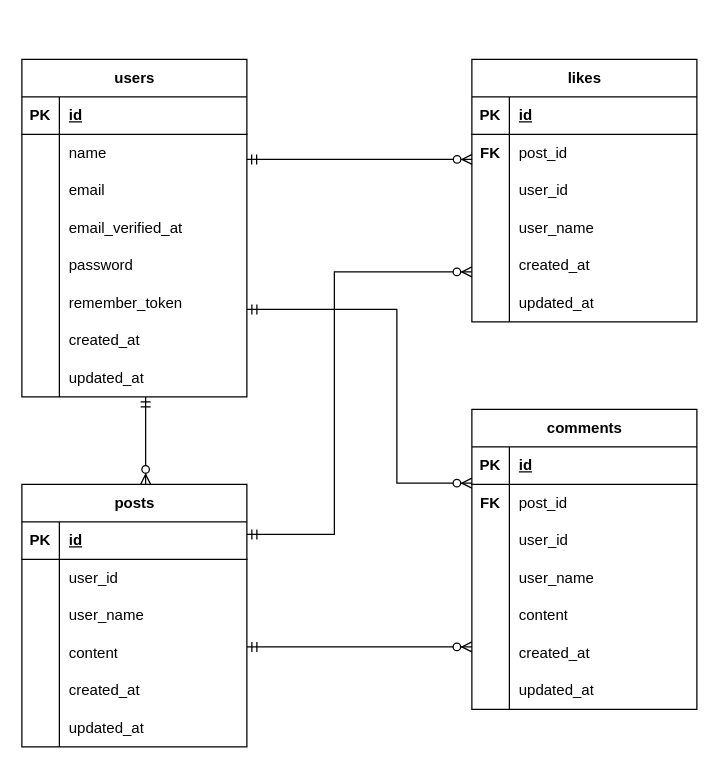
The draw.io diagram src/SHARE-erd.drawio in ichiki925/SHARE-app, before the edit. Source tidied: cells renumbered, new cells numbered last; positions are measured from the earlier drawing's top-left corner, leaving out a move shared by most shapes. Both pictures are drawn from the tidied source at 125%, with x=0, y=0 at pixel (21, 59).
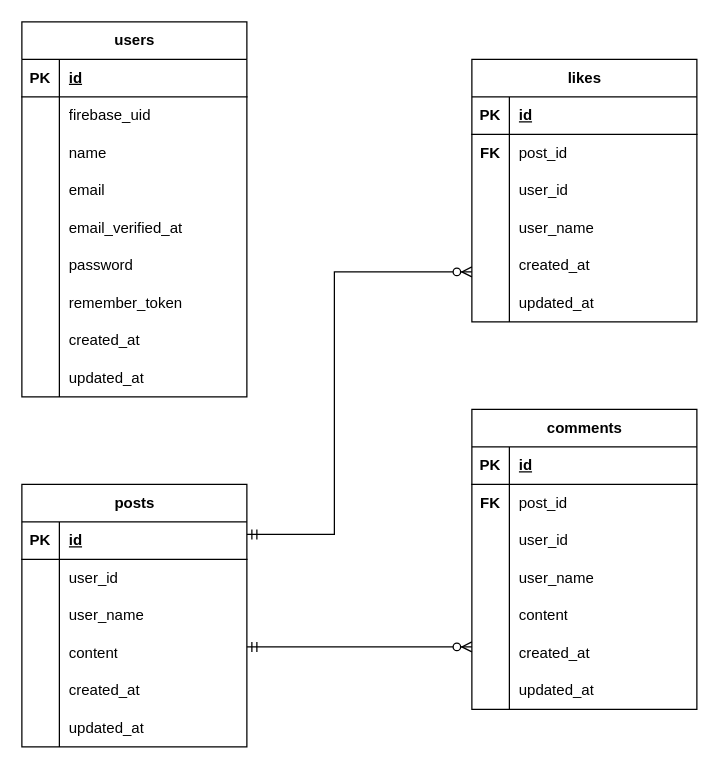
The same diagram, later.

The change refers to these unchanged cells:
```xml
<mxCell id="6" style="shape=tableRow;horizontal=0;startSize=0;swimlaneHead=0;swimlaneBody=0;fillColor=none;points=[[0,0.5],[1,0.5]];portConstraint=eastwest;top=0;left=0;right=0;bottom=0;rounded=0;" parent="2" vertex="1">
  <mxGeometry y="60" width="180" height="30" as="geometry" />
</mxCell>
<mxCell id="9" style="shape=tableRow;horizontal=0;startSize=0;swimlaneHead=0;swimlaneBody=0;fillColor=none;top=0;left=0;right=0;bottom=0;rounded=0;" parent="2" vertex="1">
  <mxGeometry y="90" width="180" height="30" as="geometry" />
</mxCell>
<mxCell id="12" style="shape=tableRow;horizontal=0;startSize=0;swimlaneHead=0;swimlaneBody=0;fillColor=none;top=0;left=0;right=0;bottom=0;rounded=0;" parent="2" vertex="1">
  <mxGeometry y="120" width="180" height="30" as="geometry" />
</mxCell>
<mxCell id="15" style="shape=tableRow;horizontal=0;startSize=0;swimlaneHead=0;swimlaneBody=0;fillColor=none;top=0;left=0;right=0;bottom=0;rounded=0;" parent="2" vertex="1">
  <mxGeometry y="150" width="180" height="30" as="geometry" />
</mxCell>
<mxCell id="18" style="shape=tableRow;horizontal=0;startSize=0;swimlaneHead=0;swimlaneBody=0;fillColor=none;top=0;left=0;right=0;bottom=0;rounded=0;" parent="2" vertex="1">
  <mxGeometry y="180" width="180" height="30" as="geometry" />
</mxCell>
<mxCell id="21" style="shape=tableRow;horizontal=0;startSize=0;swimlaneHead=0;swimlaneBody=0;fillColor=none;top=0;left=0;right=0;bottom=0;rounded=0;" parent="2" vertex="1">
  <mxGeometry y="210" width="180" height="30" as="geometry" />
</mxCell>
<mxCell id="24" style="shape=tableRow;horizontal=0;startSize=0;swimlaneHead=0;swimlaneBody=0;fillColor=none;top=0;left=0;right=0;bottom=0;rounded=0;" parent="2" vertex="1">
  <mxGeometry y="240" width="180" height="30" as="geometry" />
</mxCell>
<mxCell id="50" style="shape=tableRow;horizontal=0;startSize=0;swimlaneHead=0;swimlaneBody=0;fillColor=none;points=[[0,0.5],[1,0.5]];portConstraint=eastwest;top=0;left=0;right=0;bottom=0;" parent="46" vertex="1">
  <mxGeometry y="60" width="180" height="30" as="geometry" />
</mxCell>
```

Change to the diagram source:
```diff
@@
     <mxCell id="2" value="users" style="shape=table;startSize=30;childLayout=tableLayout;rowLines=0;fontStyle=1;align=center;html=1;rounded=0;" parent="1" vertex="1">
-      <mxGeometry width="180" height="270" as="geometry" />
+      <mxGeometry y="-30" width="180" height="300" as="geometry" />
     </mxCell>
@@
-    <mxCell id="8" value="name" style="shape=partialRectangle;fillColor=none;top=0;left=0;bottom=0;right=0;align=left;spacingLeft=6;overflow=hidden;whiteSpace=wrap;html=1;rounded=0;" parent="6" vertex="1">
+    <mxCell id="8" value="&lt;span style=&quot;color: rgb(0, 0, 0);&quot;&gt;firebase_uid&lt;/span&gt;" style="shape=partialRectangle;fillColor=none;top=0;left=0;bottom=0;right=0;align=left;spacingLeft=6;overflow=hidden;whiteSpace=wrap;html=1;rounded=0;" parent="6" vertex="1">
       <mxGeometry x="30" width="150" height="30" as="geometry" />
     </mxCell>
@@
-    <mxCell id="11" value="email" style="shape=partialRectangle;fillColor=none;top=0;left=0;bottom=0;right=0;align=left;spacingLeft=6;overflow=hidden;whiteSpace=wrap;html=1;rounded=0;" parent="9" vertex="1">
+    <mxCell id="11" value="name" style="shape=partialRectangle;fillColor=none;top=0;left=0;bottom=0;right=0;align=left;spacingLeft=6;overflow=hidden;whiteSpace=wrap;html=1;rounded=0;" parent="9" vertex="1">
       <mxGeometry x="30" width="150" height="30" as="geometry" />
     </mxCell>
@@
-    <mxCell id="14" value="email_verified_at" style="shape=partialRectangle;fillColor=none;top=0;left=0;bottom=0;right=0;align=left;spacingLeft=6;overflow=hidden;whiteSpace=wrap;html=1;rounded=0;" parent="12" vertex="1">
+    <mxCell id="14" value="&lt;span style=&quot;color: rgb(0, 0, 0);&quot;&gt;email&lt;/span&gt;" style="shape=partialRectangle;fillColor=none;top=0;left=0;bottom=0;right=0;align=left;spacingLeft=6;overflow=hidden;whiteSpace=wrap;html=1;rounded=0;" parent="12" vertex="1">
       <mxGeometry x="30" width="150" height="30" as="geometry" />
     </mxCell>
@@
-    <mxCell id="17" value="password" style="shape=partialRectangle;fillColor=none;top=0;left=0;bottom=0;right=0;align=left;spacingLeft=6;overflow=hidden;whiteSpace=wrap;html=1;rounded=0;" parent="15" vertex="1">
+    <mxCell id="17" value="&lt;span style=&quot;color: rgb(0, 0, 0);&quot;&gt;email_verified_at&lt;/span&gt;" style="shape=partialRectangle;fillColor=none;top=0;left=0;bottom=0;right=0;align=left;spacingLeft=6;overflow=hidden;whiteSpace=wrap;html=1;rounded=0;" parent="15" vertex="1">
       <mxGeometry x="30" width="150" height="30" as="geometry" />
     </mxCell>
@@
-    <mxCell id="20" value="remember_token" style="shape=partialRectangle;fillColor=none;top=0;left=0;bottom=0;right=0;align=left;spacingLeft=6;overflow=hidden;whiteSpace=wrap;html=1;rounded=0;" parent="18" vertex="1">
+    <mxCell id="20" value="&lt;span style=&quot;color: rgb(0, 0, 0);&quot;&gt;password&lt;/span&gt;" style="shape=partialRectangle;fillColor=none;top=0;left=0;bottom=0;right=0;align=left;spacingLeft=6;overflow=hidden;whiteSpace=wrap;html=1;rounded=0;" parent="18" vertex="1">
       <mxGeometry x="30" width="150" height="30" as="geometry" />
     </mxCell>
@@
-    <mxCell id="23" value="created_at" style="shape=partialRectangle;fillColor=none;top=0;left=0;bottom=0;right=0;align=left;spacingLeft=6;overflow=hidden;whiteSpace=wrap;html=1;rounded=0;" parent="21" vertex="1">
+    <mxCell id="23" value="&lt;span style=&quot;color: rgb(0, 0, 0);&quot;&gt;remember_token&lt;/span&gt;" style="shape=partialRectangle;fillColor=none;top=0;left=0;bottom=0;right=0;align=left;spacingLeft=6;overflow=hidden;whiteSpace=wrap;html=1;rounded=0;" parent="21" vertex="1">
       <mxGeometry x="30" width="150" height="30" as="geometry" />
     </mxCell>
@@
-    <mxCell id="26" value="updated_at" style="shape=partialRectangle;fillColor=none;top=0;left=0;bottom=0;right=0;align=left;spacingLeft=6;overflow=hidden;whiteSpace=wrap;html=1;rounded=0;" parent="24" vertex="1">
+    <mxCell id="26" value="&lt;span style=&quot;color: rgb(0, 0, 0);&quot;&gt;created_at&lt;/span&gt;" style="shape=partialRectangle;fillColor=none;top=0;left=0;bottom=0;right=0;align=left;spacingLeft=6;overflow=hidden;whiteSpace=wrap;html=1;rounded=0;" parent="24" vertex="1">
       <mxGeometry x="30" width="150" height="30" as="geometry" />
     </mxCell>
+    <mxCell id="92" style="shape=tableRow;horizontal=0;startSize=0;swimlaneHead=0;swimlaneBody=0;fillColor=none;top=0;left=0;right=0;bottom=0;rounded=0;" parent="2" vertex="1">
+      <mxGeometry y="270" width="180" height="30" as="geometry" />
+    </mxCell>
+    <mxCell id="93" style="shape=partialRectangle;fillColor=none;top=0;left=0;bottom=0;right=0;overflow=hidden;whiteSpace=wrap;html=1;rounded=0;" parent="92" vertex="1">
+      <mxGeometry width="30" height="30" as="geometry" />
+    </mxCell>
+    <mxCell id="94" value="&lt;span style=&quot;color: rgb(0, 0, 0);&quot;&gt;updated_at&lt;/span&gt;" style="shape=partialRectangle;fillColor=none;top=0;left=0;bottom=0;right=0;align=left;spacingLeft=6;overflow=hidden;whiteSpace=wrap;html=1;rounded=0;" parent="92" vertex="1">
+      <mxGeometry x="30" width="150" height="30" as="geometry" />
+    </mxCell>
@@
-    <mxCell id="87" style="fontSize=12;html=1;endArrow=ERzeroToMany;startArrow=ERmandOne;rounded=0;" parent="1" edge="1">
-      <mxGeometry relative="1" as="geometry">
-        <mxPoint x="99" y="270" as="sourcePoint" />
-        <mxPoint x="99" y="340" as="targetPoint" />
-      </mxGeometry>
-    </mxCell>
@@
-    <mxCell id="90" style="edgeStyle=elbowEdgeStyle;fontSize=12;html=1;endArrow=ERzeroToMany;startArrow=ERmandOne;rounded=0;" parent="1" edge="1">
-      <mxGeometry relative="1" as="geometry">
-        <mxPoint x="180" y="200" as="sourcePoint" />
-        <mxPoint x="360" y="339" as="targetPoint" />
-        <Array as="points">
-          <mxPoint x="300" y="270" />
-        </Array>
-      </mxGeometry>
-    </mxCell>
-    <mxCell id="91" style="fontSize=12;html=1;endArrow=ERzeroToMany;startArrow=ERmandOne;rounded=0;exitX=0.999;exitY=0.667;exitDx=0;exitDy=0;exitPerimeter=0;entryX=0.001;entryY=0.667;entryDx=0;entryDy=0;entryPerimeter=0;" parent="1" edge="1" source="6" target="50">
-      <mxGeometry relative="1" as="geometry" />
-    </mxCell>
```
